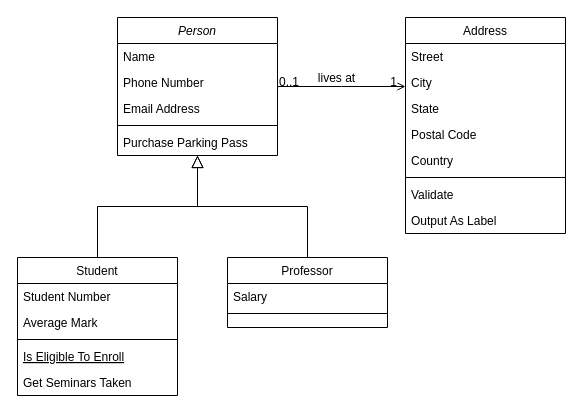
Earlier version of the draw.io diagram Untitled Diagram.drawio (Forget12138/vhr). Source tidied: cells renumbered, new cells numbered last; positions are measured from the earlier drawing's top-left corner, leaving out a move shared by most shapes. Both pictures are drawn from the tidied source at 100%, with x=0, y=0 at pixel (17, 17).
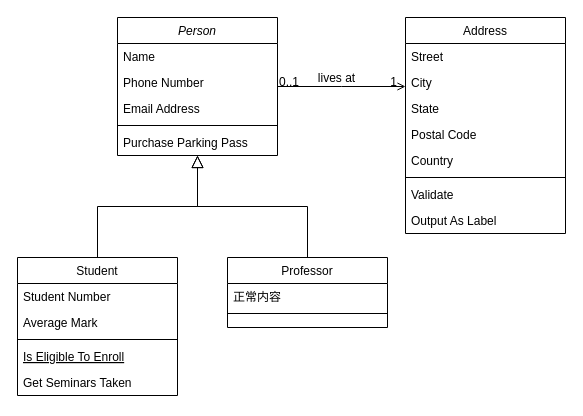
The same diagram, later.

The change refers to these unchanged cells:
```xml
<mxCell id="15" value="Professor" style="swimlane;fontStyle=0;align=center;verticalAlign=top;horizontal=1;startSize=26;rounded=0;shadow=0;strokeWidth=1;" parent="1" vertex="1">
  <mxGeometry x="210" y="240" width="160" height="70" as="geometry" />
</mxCell>
```

The edit, as a diff of the source:
```diff
@@
-    <mxCell id="16" value="Salary" style="text;align=left;verticalAlign=top;spacingLeft=4;spacingRight=4;overflow=hidden;" parent="15" vertex="1">
+    <mxCell id="16" value="正常内容" style="text;align=left;verticalAlign=top;spacingLeft=4;spacingRight=4;overflow=hidden;" parent="15" vertex="1">
       <mxGeometry y="26" width="160" height="26" as="geometry" />
     </mxCell>
```
